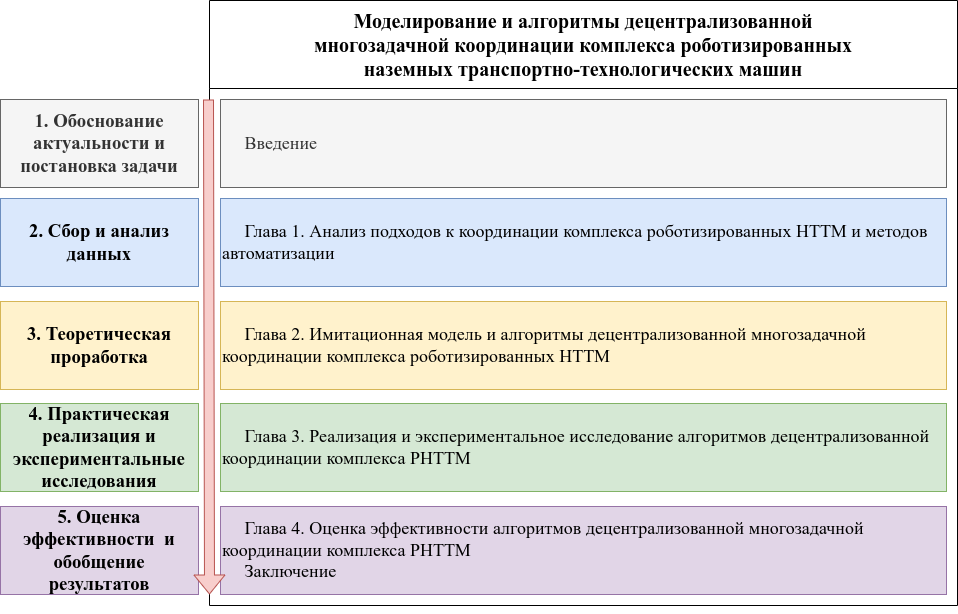
Before: Synopsis/images/scheme_diss.drawio.png, a diagram exported from draw.io (dreddsa5dies/phd). Source tidied: cells renumbered, new cells last; positions are measured from the earlier drawing's top-left corner, leaving out a move shared by most shapes. The source it was exported from:
```xml
<mxGraphModel>
  <root>
    <mxCell id="0" />
    <mxCell id="1" parent="0" />
    <mxCell id="2" value="&lt;div&gt;Моделирование и алгоритмы децентрализованной&lt;/div&gt;&lt;div&gt;многозадачной координации комплекса роботизированных&lt;/div&gt;&lt;div&gt;наземных транспортно-технологических машин&lt;/div&gt;" style="swimlane;whiteSpace=wrap;html=1;fontFamily=Times New Roman;fontSize=20;startSize=88;fontStyle=1;" parent="1" vertex="1">
      <mxGeometry x="209" width="748" height="605" as="geometry" />
    </mxCell>
    <mxCell id="3" value="&lt;span style=&quot;font-weight: normal;&quot;&gt;&amp;nbsp; &amp;nbsp; &amp;nbsp;Введение&lt;/span&gt;" style="rounded=0;whiteSpace=wrap;html=1;fillColor=#f5f5f5;strokeColor=#666666;fontColor=#333333;fontFamily=Times New Roman;fontSize=18;fontStyle=1;align=left;verticalAlign=middle;" parent="2" vertex="1">
      <mxGeometry x="11" y="99" width="726" height="88" as="geometry" />
    </mxCell>
    <mxCell id="4" value="&lt;span style=&quot;font-weight: normal;&quot;&gt;&amp;nbsp; &amp;nbsp; &amp;nbsp;Глава 1. Анализ подходов к координации комплекса роботизированных НТТМ и методов автоматизации&lt;/span&gt;" style="rounded=0;whiteSpace=wrap;html=1;fillColor=#dae8fc;strokeColor=#6c8ebf;fontFamily=Times New Roman;fontSize=18;fontStyle=1;align=left;verticalAlign=middle;" parent="2" vertex="1">
      <mxGeometry x="11" y="198" width="726" height="88" as="geometry" />
    </mxCell>
    <mxCell id="5" value="&amp;nbsp; &amp;nbsp; &amp;nbsp;Глава 2.&amp;nbsp;&lt;span style=&quot;background-color: transparent;&quot;&gt;Имитационная модель и алгоритмы децентрализованной&amp;nbsp;&lt;/span&gt;&lt;span style=&quot;background-color: transparent; color: light-dark(rgb(0, 0, 0), rgb(255, 255, 255));&quot;&gt;многозадачной координации комплекса роботизированных&amp;nbsp;&lt;/span&gt;&lt;span style=&quot;background-color: transparent; color: light-dark(rgb(0, 0, 0), rgb(255, 255, 255));&quot;&gt;НТТМ&lt;/span&gt;" style="rounded=0;whiteSpace=wrap;html=1;fillColor=#fff2cc;strokeColor=#d6b656;fontFamily=Times New Roman;fontSize=18;fontStyle=0;align=left;verticalAlign=middle;" parent="2" vertex="1">
      <mxGeometry x="11" y="301" width="726" height="88" as="geometry" />
    </mxCell>
    <mxCell id="6" value="&lt;div&gt;&amp;nbsp; &amp;nbsp; &amp;nbsp;Глава 4. Оценка эффективности алгоритмов децентрализованной&amp;nbsp;&lt;span style=&quot;background-color: transparent; color: light-dark(rgb(0, 0, 0), rgb(255, 255, 255));&quot;&gt;многозадачной координации комплекса РНТТМ&lt;br&gt;&amp;nbsp; &amp;nbsp; &amp;nbsp;Заключение&lt;/span&gt;&lt;/div&gt;" style="rounded=0;whiteSpace=wrap;html=1;fillColor=#e1d5e7;strokeColor=#9673a6;fontFamily=Times New Roman;fontSize=18;fontStyle=0;align=left;verticalAlign=middle;" parent="2" vertex="1">
      <mxGeometry x="11" y="506" width="726" height="88" as="geometry" />
    </mxCell>
    <mxCell id="7" value="&lt;div&gt;&amp;nbsp; &amp;nbsp; &amp;nbsp;Глава 3. Реализация и экспериментальное исследование алгоритмов&amp;nbsp;&lt;span style=&quot;background-color: transparent; color: light-dark(rgb(0, 0, 0), rgb(255, 255, 255));&quot;&gt;децентрализованной координации комплекса РНТТМ&lt;/span&gt;&lt;/div&gt;" style="rounded=0;whiteSpace=wrap;html=1;fillColor=#d5e8d4;strokeColor=#82b366;fontFamily=Times New Roman;fontSize=18;fontStyle=0;align=left;verticalAlign=middle;" parent="2" vertex="1">
      <mxGeometry x="11" y="403" width="726" height="88" as="geometry" />
    </mxCell>
    <mxCell id="8" value="&lt;h3&gt;1. Обоснование актуальности и постановка задачи&lt;/h3&gt;" style="rounded=0;whiteSpace=wrap;html=1;fillColor=#f5f5f5;strokeColor=#666666;fontColor=#333333;fontFamily=Times New Roman;fontSize=16;fontStyle=1;" parent="1" vertex="1">
      <mxGeometry y="99" width="198" height="88" as="geometry" />
    </mxCell>
    <mxCell id="9" value="&lt;h3&gt;2. Сбор и анализ данных&lt;/h3&gt;" style="rounded=0;whiteSpace=wrap;html=1;fillColor=#dae8fc;strokeColor=#6c8ebf;fontFamily=Times New Roman;fontSize=16;fontStyle=1;" parent="1" vertex="1">
      <mxGeometry y="198" width="198" height="88" as="geometry" />
    </mxCell>
    <mxCell id="10" value="&lt;h3&gt;3. Теоретическая проработка&lt;/h3&gt;" style="rounded=0;whiteSpace=wrap;html=1;fillColor=#fff2cc;strokeColor=#d6b656;fontFamily=Times New Roman;fontSize=16;fontStyle=1;" parent="1" vertex="1">
      <mxGeometry y="301" width="198" height="88" as="geometry" />
    </mxCell>
    <mxCell id="11" value="&lt;h3&gt;4. Практическая реализация и экспериментальные исследования&lt;/h3&gt;" style="rounded=0;whiteSpace=wrap;html=1;fillColor=#d5e8d4;strokeColor=#82b366;fontFamily=Times New Roman;fontSize=16;fontStyle=1;" parent="1" vertex="1">
      <mxGeometry y="403" width="198" height="88" as="geometry" />
    </mxCell>
    <mxCell id="12" value="&lt;h3&gt;5. Оценка эффективности&amp;nbsp; и обобщение результатов&lt;/h3&gt;" style="rounded=0;whiteSpace=wrap;html=1;fillColor=#e1d5e7;strokeColor=#9673a6;fontFamily=Times New Roman;fontSize=16;fontStyle=1;" parent="1" vertex="1">
      <mxGeometry y="506" width="198" height="88" as="geometry" />
    </mxCell>
    <mxCell id="13" style="shape=flexArrow;endArrow=classic;html=1;rounded=0;entryX=1;entryY=1;entryDx=0;entryDy=0;fillColor=#f8cecc;strokeColor=#b85450;" parent="1" edge="1">
      <mxGeometry relative="1" as="geometry">
        <mxPoint x="208" y="99" as="sourcePoint" />
        <mxPoint x="209" y="594" as="targetPoint" />
      </mxGeometry>
    </mxCell>
  </root>
</mxGraphModel>
```
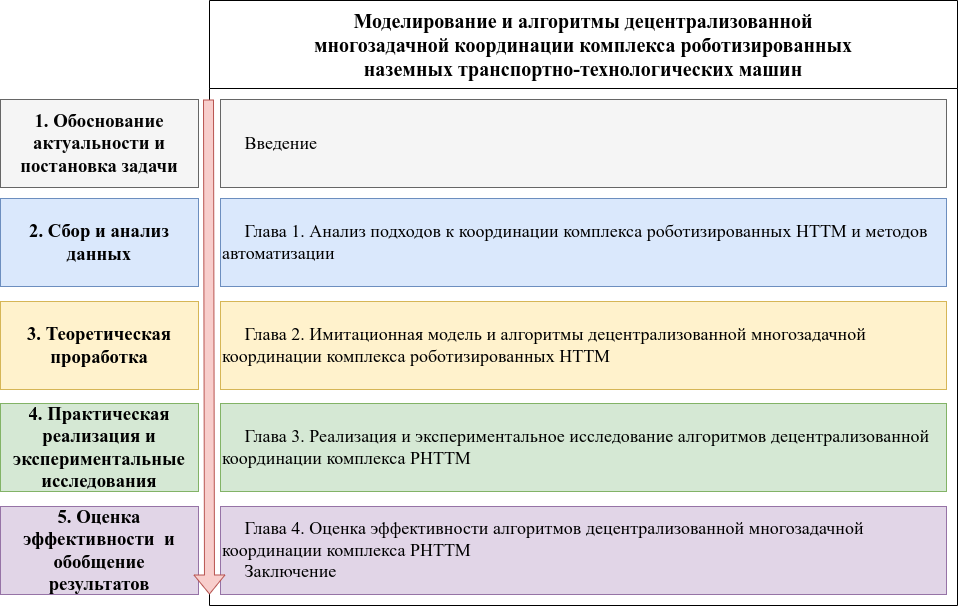
Later version of the same file.

The edit, as a diff of the source:
```diff
@@ -5,7 +5,7 @@
     <mxCell id="2" value="&lt;div&gt;Моделирование и алгоритмы децентрализованной&lt;/div&gt;&lt;div&gt;многозадачной координации комплекса роботизированных&lt;/div&gt;&lt;div&gt;наземных транспортно-технологических машин&lt;/div&gt;" style="swimlane;whiteSpace=wrap;html=1;fontFamily=Times New Roman;fontSize=20;startSize=88;fontStyle=1;" parent="1" vertex="1">
       <mxGeometry x="209" width="748" height="605" as="geometry" />
     </mxCell>
-    <mxCell id="3" value="&lt;span style=&quot;font-weight: normal;&quot;&gt;&amp;nbsp; &amp;nbsp; &amp;nbsp;Введение&lt;/span&gt;" style="rounded=0;whiteSpace=wrap;html=1;fillColor=#f5f5f5;strokeColor=#666666;fontColor=#333333;fontFamily=Times New Roman;fontSize=18;fontStyle=1;align=left;verticalAlign=middle;" parent="2" vertex="1">
+    <mxCell id="3" value="&lt;span style=&quot;font-weight: normal;&quot;&gt;&amp;nbsp; &amp;nbsp; &amp;nbsp;Введение&lt;/span&gt;" style="rounded=0;whiteSpace=wrap;html=1;fillColor=#f5f5f5;strokeColor=#666666;fontColor=#000000;fontFamily=Times New Roman;fontSize=18;fontStyle=1;align=left;verticalAlign=middle;" parent="2" vertex="1">
       <mxGeometry x="11" y="99" width="726" height="88" as="geometry" />
     </mxCell>
     <mxCell id="4" value="&lt;span style=&quot;font-weight: normal;&quot;&gt;&amp;nbsp; &amp;nbsp; &amp;nbsp;Глава 1. Анализ подходов к координации комплекса роботизированных НТТМ и методов автоматизации&lt;/span&gt;" style="rounded=0;whiteSpace=wrap;html=1;fillColor=#dae8fc;strokeColor=#6c8ebf;fontFamily=Times New Roman;fontSize=18;fontStyle=1;align=left;verticalAlign=middle;" parent="2" vertex="1">
@@ -20,7 +20,7 @@
     <mxCell id="7" value="&lt;div&gt;&amp;nbsp; &amp;nbsp; &amp;nbsp;Глава 3. Реализация и экспериментальное исследование алгоритмов&amp;nbsp;&lt;span style=&quot;background-color: transparent; color: light-dark(rgb(0, 0, 0), rgb(255, 255, 255));&quot;&gt;децентрализованной координации комплекса РНТТМ&lt;/span&gt;&lt;/div&gt;" style="rounded=0;whiteSpace=wrap;html=1;fillColor=#d5e8d4;strokeColor=#82b366;fontFamily=Times New Roman;fontSize=18;fontStyle=0;align=left;verticalAlign=middle;" parent="2" vertex="1">
       <mxGeometry x="11" y="403" width="726" height="88" as="geometry" />
     </mxCell>
-    <mxCell id="8" value="&lt;h3&gt;1. Обоснование актуальности и постановка задачи&lt;/h3&gt;" style="rounded=0;whiteSpace=wrap;html=1;fillColor=#f5f5f5;strokeColor=#666666;fontColor=#333333;fontFamily=Times New Roman;fontSize=16;fontStyle=1;" parent="1" vertex="1">
+    <mxCell id="8" value="&lt;h3&gt;1. Обоснование актуальности и постановка задачи&lt;/h3&gt;" style="rounded=0;whiteSpace=wrap;html=1;fillColor=#f5f5f5;strokeColor=#666666;fontColor=light-dark(#030303, #c1c1c1);fontFamily=Times New Roman;fontSize=16;fontStyle=1;" parent="1" vertex="1">
       <mxGeometry y="99" width="198" height="88" as="geometry" />
     </mxCell>
     <mxCell id="9" value="&lt;h3&gt;2. Сбор и анализ данных&lt;/h3&gt;" style="rounded=0;whiteSpace=wrap;html=1;fillColor=#dae8fc;strokeColor=#6c8ebf;fontFamily=Times New Roman;fontSize=16;fontStyle=1;" parent="1" vertex="1">
```
